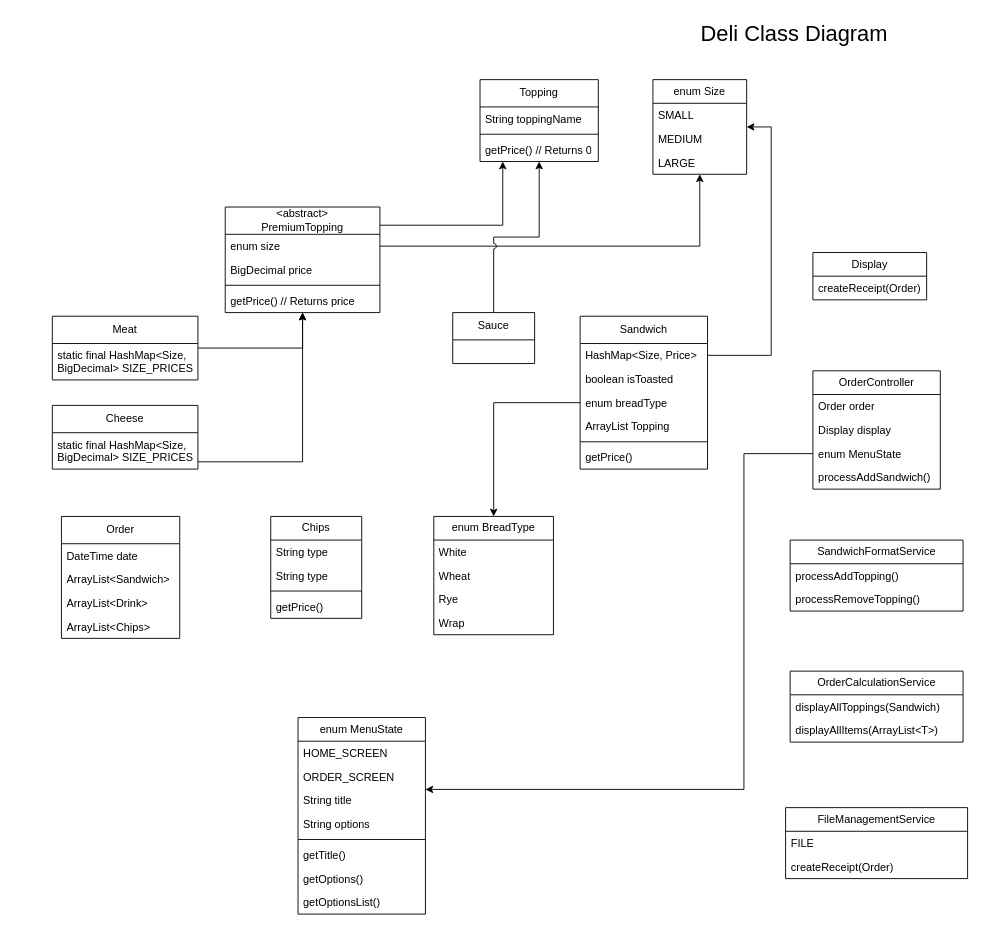
The draw.io diagram class-diagram/Deli Class Diagram.drawio in Phini0n/DELI-cious, before the edit. Source tidied: cells renumbered, new cells numbered last; positions are measured from the earlier drawing's top-left corner, leaving out a move shared by most shapes. Both pictures are drawn from the tidied source at 91%, with x=0, y=0 at pixel (52, 15).
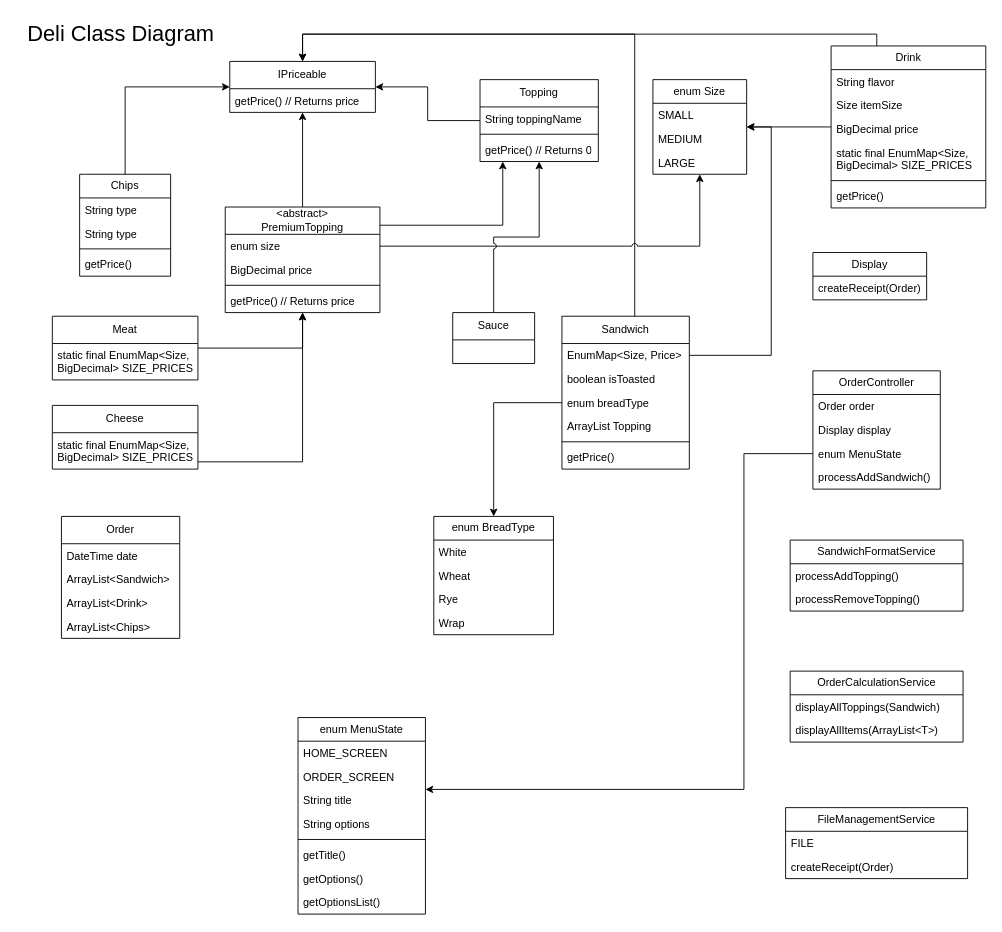
Above is the later version.

Commit message (it also covers changes not shown here):
Changed HashMaps to EnumMaps and fixed Class Diagram accordingly.

Unchanged cells that the change refers to:
```xml
<mxCell id="20" value="&lt;span style=&quot;background-color: initial;&quot;&gt;Topping&lt;/span&gt;" style="swimlane;fontStyle=0;horizontal=1;startSize=30;fillColor=none;whiteSpace=wrap;html=1;labelBackgroundColor=none;" parent="1" vertex="1">
  <mxGeometry x="470" y="70" width="130" height="90" as="geometry" />
</mxCell>
<mxCell id="28" value="&lt;div&gt;&lt;span style=&quot;background-color: initial;&quot;&gt;&amp;lt;abstract&amp;gt;&lt;/span&gt;&lt;/div&gt;&lt;div&gt;&lt;span style=&quot;background-color: initial;&quot;&gt;PremiumTopping&lt;/span&gt;&lt;/div&gt;" style="swimlane;fontStyle=0;horizontal=1;startSize=30;fillColor=none;whiteSpace=wrap;html=1;labelBackgroundColor=none;" parent="1" vertex="1">
  <mxGeometry x="190" y="210" width="170" height="116" as="geometry" />
</mxCell>
<mxCell id="29" value="enum size" style="text;strokeColor=none;fillColor=none;align=left;verticalAlign=top;spacingLeft=4;spacingRight=4;overflow=hidden;points=[[0,0.5],[1,0.5]];portConstraint=eastwest;whiteSpace=wrap;html=1;labelBackgroundColor=none;" parent="28" vertex="1">
  <mxGeometry y="30" width="170" height="26" as="geometry" />
</mxCell>
<mxCell id="44" value="enum Size" style="swimlane;fontStyle=0;horizontal=1;startSize=26;fillColor=none;whiteSpace=wrap;html=1;labelBackgroundColor=none;" parent="1" vertex="1">
  <mxGeometry x="660" y="70" width="103" height="104" as="geometry" />
</mxCell>
<mxCell id="59" value="&lt;div&gt;&lt;span style=&quot;background-color: initial;&quot;&gt;Meat&lt;/span&gt;&lt;/div&gt;" style="swimlane;fontStyle=0;horizontal=1;startSize=30;fillColor=none;whiteSpace=wrap;html=1;labelBackgroundColor=none;" parent="1" vertex="1">
  <mxGeometry y="330" width="160" height="70" as="geometry" />
</mxCell>
<mxCell id="65" value="&lt;div&gt;&lt;span style=&quot;background-color: initial;&quot;&gt;Cheese&lt;/span&gt;&lt;/div&gt;" style="swimlane;fontStyle=0;horizontal=1;startSize=30;fillColor=none;whiteSpace=wrap;html=1;labelBackgroundColor=none;" parent="1" vertex="1">
  <mxGeometry y="428" width="160" height="70" as="geometry" />
</mxCell>
```

What changed in the source:
```diff
@@
+    <mxCell id="76" style="edgeStyle=orthogonalEdgeStyle;rounded=0;jettySize=auto;html=1;jumpStyle=arc;" parent="1" edge="1" source="2" target="80">
+      <mxGeometry relative="1" as="geometry">
+        <Array as="points">
+          <mxPoint x="640" y="20" />
+          <mxPoint x="275" y="20" />
+        </Array>
+      </mxGeometry>
+    </mxCell>
     <mxCell id="2" value="Sandwich" style="swimlane;fontStyle=0;horizontal=1;startSize=30;fillColor=none;whiteSpace=wrap;html=1;labelBackgroundColor=none;" parent="1" vertex="1">
-      <mxGeometry x="580" y="330" width="140" height="168" as="geometry" />
+      <mxGeometry x="560" y="330" width="140" height="168" as="geometry" />
     </mxCell>
-    <mxCell id="3" value="HashMap&amp;lt;Size, Price&amp;gt;" style="text;strokeColor=none;fillColor=none;align=left;verticalAlign=top;spacingLeft=4;spacingRight=4;overflow=hidden;points=[[0,0.5],[1,0.5]];portConstraint=eastwest;whiteSpace=wrap;html=1;labelBackgroundColor=none;" parent="2" vertex="1">
+    <mxCell id="3" value="EnumMap&amp;lt;Size, Price&amp;gt;" style="text;strokeColor=none;fillColor=none;align=left;verticalAlign=top;spacingLeft=4;spacingRight=4;overflow=hidden;points=[[0,0.5],[1,0.5]];portConstraint=eastwest;whiteSpace=wrap;html=1;labelBackgroundColor=none;" parent="2" vertex="1">
       <mxGeometry y="30" width="140" height="26" as="geometry" />
     </mxCell>
@@
+    <mxCell id="77" style="edgeStyle=orthogonalEdgeStyle;rounded=0;jettySize=auto;html=1;" parent="1" edge="1" source="9" target="80">
+      <mxGeometry relative="1" as="geometry">
+        <Array as="points">
+          <mxPoint x="80" y="78" />
+        </Array>
+      </mxGeometry>
+    </mxCell>
     <mxCell id="9" value="Chips" style="swimlane;fontStyle=0;horizontal=1;startSize=26;fillColor=none;whiteSpace=wrap;html=1;labelBackgroundColor=none;" parent="1" vertex="1">
-      <mxGeometry x="240" y="550" width="100" height="112" as="geometry" />
+      <mxGeometry x="30" y="174" width="100" height="112" as="geometry" />
     </mxCell>
@@
     <mxCell id="19" value="&lt;font style=&quot;font-size: 24px;&quot;&gt;Deli Class Diagram&lt;/font&gt;" style="text;html=1;align=center;verticalAlign=middle;strokeColor=none;fillColor=none;labelBackgroundColor=none;" parent="1" vertex="1">
-      <mxGeometry x="700" width="230" height="40" as="geometry" />
+      <mxGeometry x="-40" width="230" height="40" as="geometry" />
     </mxCell>
+    <mxCell id="78" style="edgeStyle=orthogonalEdgeStyle;rounded=0;jettySize=auto;html=1;" parent="1" edge="1" source="20" target="80">
+      <mxGeometry relative="1" as="geometry" />
+    </mxCell>
@@
+    <mxCell id="79" style="edgeStyle=orthogonalEdgeStyle;rounded=0;jettySize=auto;html=1;" parent="1" edge="1" source="28" target="80">
+      <mxGeometry relative="1" as="geometry" />
+    </mxCell>
@@
-    <mxCell id="60" value="static final HashMap&amp;lt;Size, BigDecimal&amp;gt; SIZE_PRICES" style="text;strokeColor=none;fillColor=none;align=left;verticalAlign=top;spacingLeft=4;spacingRight=4;overflow=hidden;whiteSpace=wrap;html=1;labelBackgroundColor=none;" parent="59" vertex="1">
+    <mxCell id="60" value="static final EnumMap&amp;lt;Size, BigDecimal&amp;gt; SIZE_PRICES" style="text;strokeColor=none;fillColor=none;align=left;verticalAlign=top;spacingLeft=4;spacingRight=4;overflow=hidden;whiteSpace=wrap;html=1;labelBackgroundColor=none;" parent="59" vertex="1">
       <mxGeometry y="30" width="160" height="40" as="geometry" />
     </mxCell>
-    <mxCell id="61" style="edgeStyle=orthogonalEdgeStyle;rounded=0;jettySize=auto;html=1;" parent="1" edge="1" source="29" target="44">
+    <mxCell id="61" style="edgeStyle=orthogonalEdgeStyle;rounded=0;jettySize=auto;html=1;jumpStyle=arc;" parent="1" edge="1" source="29" target="44">
       <mxGeometry relative="1" as="geometry" />
     </mxCell>
@@
-    <mxCell id="66" value="static final HashMap&amp;lt;Size, BigDecimal&amp;gt; SIZE_PRICES" style="text;strokeColor=none;fillColor=none;align=left;verticalAlign=top;spacingLeft=4;spacingRight=4;overflow=hidden;whiteSpace=wrap;html=1;labelBackgroundColor=none;" parent="65" vertex="1">
+    <mxCell id="66" value="static final EnumMap&amp;lt;Size, BigDecimal&amp;gt; SIZE_PRICES" style="text;strokeColor=none;fillColor=none;align=left;verticalAlign=top;spacingLeft=4;spacingRight=4;overflow=hidden;whiteSpace=wrap;html=1;labelBackgroundColor=none;" parent="65" vertex="1">
       <mxGeometry y="30" width="160" height="40" as="geometry" />
     </mxCell>
@@
+    <mxCell id="80" value="&lt;div&gt;&lt;span style=&quot;background-color: initial;&quot;&gt;IPriceable&lt;/span&gt;&lt;/div&gt;" style="swimlane;fontStyle=0;horizontal=1;startSize=30;fillColor=none;whiteSpace=wrap;html=1;labelBackgroundColor=none;" parent="1" vertex="1">
+      <mxGeometry x="195" y="50" width="160" height="56" as="geometry" />
+    </mxCell>
+    <mxCell id="81" value="getPrice() // Returns price" style="text;strokeColor=none;fillColor=none;align=left;verticalAlign=top;spacingLeft=4;spacingRight=4;overflow=hidden;whiteSpace=wrap;html=1;labelBackgroundColor=none;" parent="80" vertex="1">
+      <mxGeometry y="30" width="160" height="26" as="geometry" />
+    </mxCell>
+    <mxCell id="82" style="edgeStyle=orthogonalEdgeStyle;rounded=0;jettySize=auto;html=1;" parent="1" edge="1" source="84" target="80">
+      <mxGeometry relative="1" as="geometry">
+        <Array as="points">
+          <mxPoint x="906" y="20" />
+          <mxPoint x="275" y="20" />
+        </Array>
+      </mxGeometry>
+    </mxCell>
+    <mxCell id="83" style="edgeStyle=orthogonalEdgeStyle;rounded=0;jettySize=auto;html=1;" parent="1" edge="1" source="84" target="44">
+      <mxGeometry relative="1" as="geometry" />
+    </mxCell>
+    <mxCell id="84" value="Drink" style="swimlane;fontStyle=0;horizontal=1;startSize=26;fillColor=none;whiteSpace=wrap;html=1;labelBackgroundColor=none;" parent="1" vertex="1">
+      <mxGeometry x="855.8" y="33" width="170" height="178" as="geometry" />
+    </mxCell>
+    <mxCell id="85" value="String flavor" style="text;strokeColor=none;fillColor=none;align=left;verticalAlign=top;spacingLeft=4;spacingRight=4;overflow=hidden;whiteSpace=wrap;html=1;labelBackgroundColor=none;" parent="84" vertex="1">
+      <mxGeometry y="26" width="170" height="26" as="geometry" />
+    </mxCell>
+    <mxCell id="86" value="Size itemSize" style="text;strokeColor=none;fillColor=none;align=left;verticalAlign=top;spacingLeft=4;spacingRight=4;overflow=hidden;whiteSpace=wrap;html=1;labelBackgroundColor=none;" parent="84" vertex="1">
+      <mxGeometry y="52" width="170" height="26" as="geometry" />
+    </mxCell>
+    <mxCell id="87" value="BigDecimal price" style="text;strokeColor=none;fillColor=none;align=left;verticalAlign=top;spacingLeft=4;spacingRight=4;overflow=hidden;whiteSpace=wrap;html=1;labelBackgroundColor=none;" parent="84" vertex="1">
+      <mxGeometry y="78" width="170" height="26" as="geometry" />
+    </mxCell>
+    <mxCell id="88" value="static final EnumMap&amp;lt;Size, BigDecimal&amp;gt; SIZE_PRICES" style="text;strokeColor=none;fillColor=none;align=left;verticalAlign=top;spacingLeft=4;spacingRight=4;overflow=hidden;whiteSpace=wrap;html=1;labelBackgroundColor=none;" parent="84" vertex="1">
+      <mxGeometry y="104" width="170" height="40" as="geometry" />
+    </mxCell>
+    <mxCell id="89" style="line;strokeWidth=1;fillColor=none;align=left;verticalAlign=middle;spacingTop=-1;spacingLeft=3;spacingRight=3;labelPosition=right;strokeColor=inherit;" parent="84" vertex="1">
+      <mxGeometry y="144" width="170" height="8" as="geometry" />
+    </mxCell>
+    <mxCell id="90" value="getPrice()" style="text;strokeColor=none;fillColor=none;align=left;verticalAlign=top;spacingLeft=4;spacingRight=4;overflow=hidden;whiteSpace=wrap;html=1;labelBackgroundColor=none;" parent="84" vertex="1">
+      <mxGeometry y="152" width="170" height="26" as="geometry" />
+    </mxCell>
```
